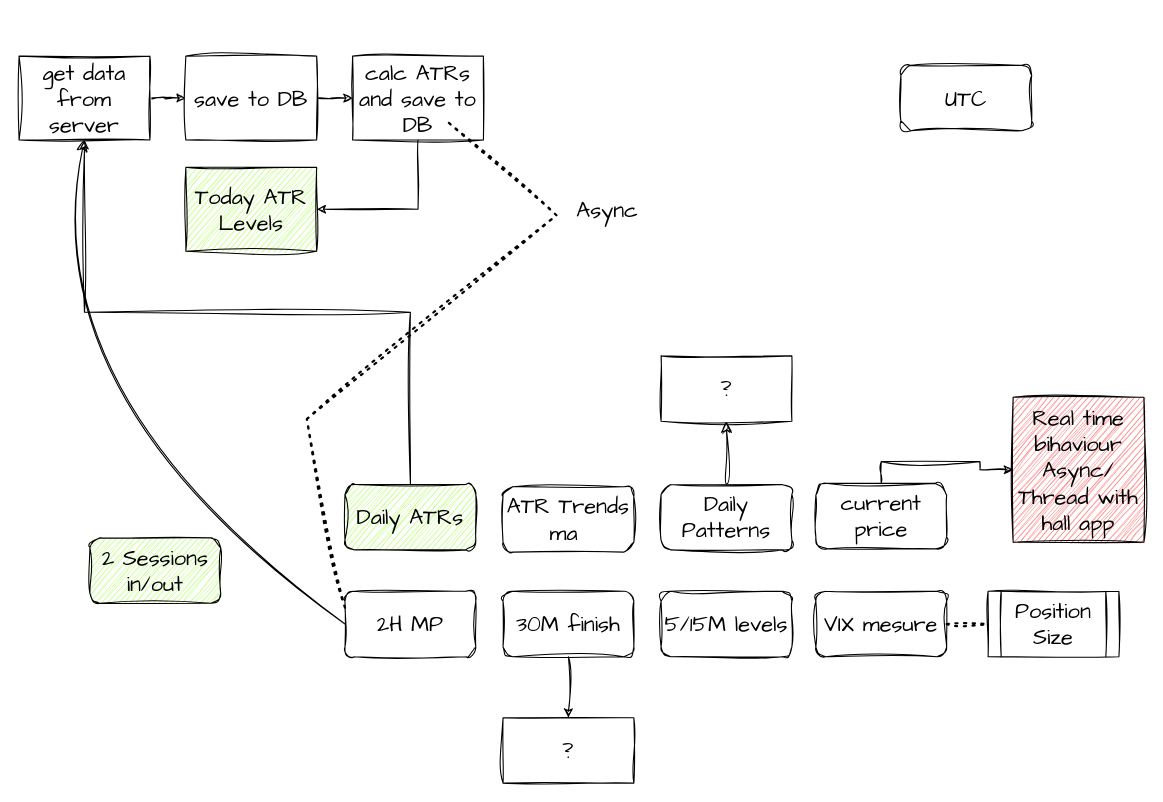
The draw.io diagram page "main" (1 of 7) of structure.drawio in Kupavtsev/markets_data_handler, before the edit. Source tidied: cells renumbered, new cells numbered last; positions are measured from the earlier drawing's top-left corner, leaving out a move shared by most shapes. Both pictures are drawn from the tidied source at 109%, with x=0, y=0 at pixel (19, 56).
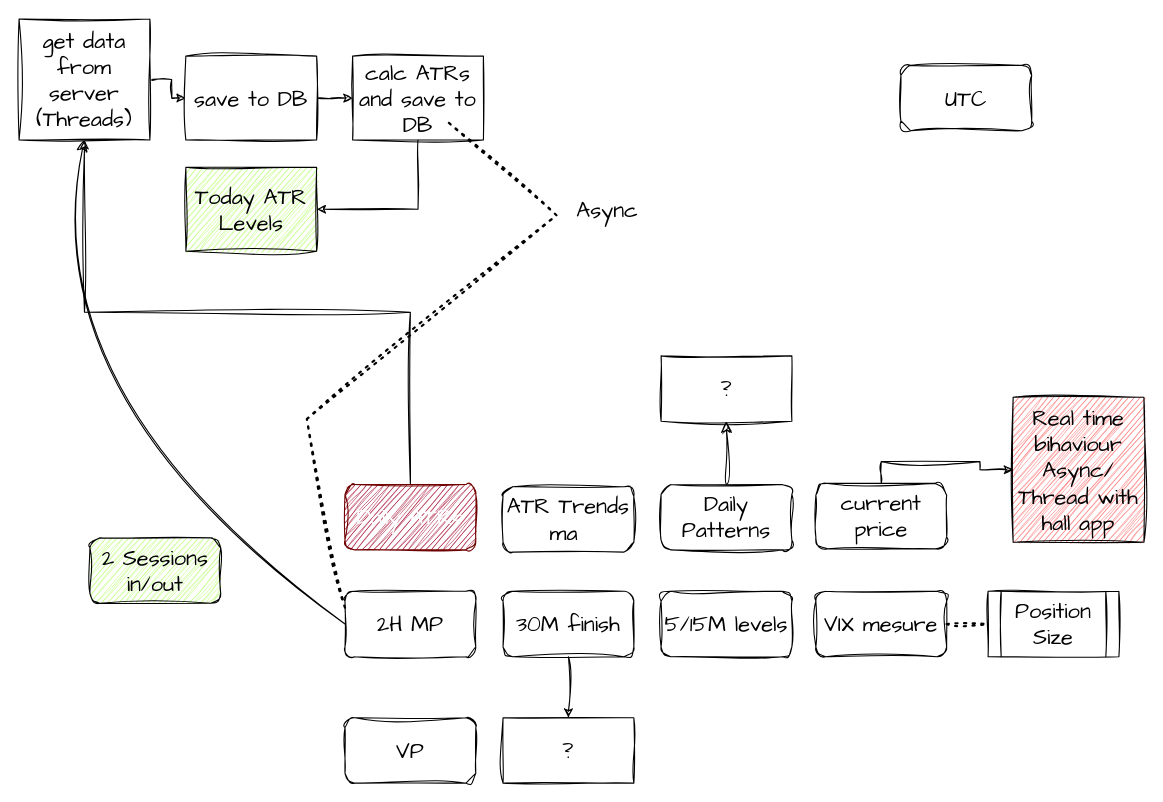
After the change.

Change to the diagram source:
```diff
@@
-    <mxCell id="8" value="Daily ATRs" style="rounded=1;whiteSpace=wrap;html=1;sketch=1;hachureGap=4;jiggle=2;curveFitting=1;fontFamily=Architects Daughter;fontSize=20;shadow=0;glass=0;fillColor=#B3FF66;" parent="1" vertex="1">
+    <mxCell id="8" value="Daily ATRs" style="rounded=1;whiteSpace=wrap;html=1;sketch=1;hachureGap=4;jiggle=2;curveFitting=1;fontFamily=Architects Daughter;fontSize=20;shadow=0;glass=0;fillColor=#a20025;fontColor=#ffffff;strokeColor=#6F0000;" parent="1" vertex="1">
       <mxGeometry x="299" y="393" width="120" height="60" as="geometry" />
     </mxCell>
@@
-    <mxCell id="16" value="get data from server" style="rounded=0;whiteSpace=wrap;html=1;sketch=1;hachureGap=4;jiggle=2;curveFitting=1;fontFamily=Architects Daughter;fontSize=20;" parent="1" vertex="1">
-      <mxGeometry width="120" height="77" as="geometry" />
+    <mxCell id="16" value="get data from server&lt;br&gt;(Threads)" style="rounded=0;whiteSpace=wrap;html=1;sketch=1;hachureGap=4;jiggle=2;curveFitting=1;fontFamily=Architects Daughter;fontSize=20;" parent="1" vertex="1">
+      <mxGeometry y="-34" width="120" height="111" as="geometry" />
     </mxCell>
@@
+    <mxCell id="31" value="VP" style="rounded=1;whiteSpace=wrap;html=1;sketch=1;hachureGap=4;jiggle=2;curveFitting=1;fontFamily=Architects Daughter;fontSize=20;" parent="1" vertex="1">
+      <mxGeometry x="299" y="607" width="120" height="60" as="geometry" />
+    </mxCell>
```
